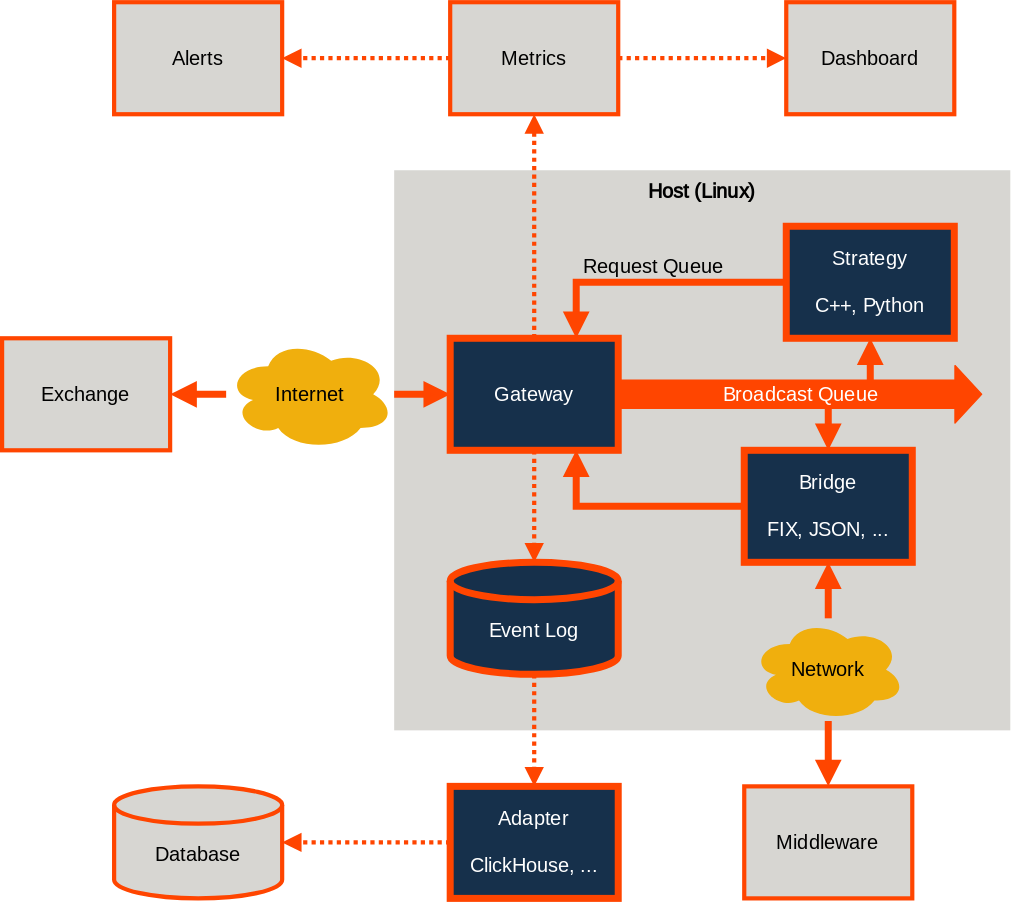
The draw.io diagram profile/architecture_reference.svg in roq-trading/.github, before a commit. Source tidied: cells renumbered, new cells last; positions are measured from the earlier drawing's top-left corner, leaving out a move shared by most shapes.
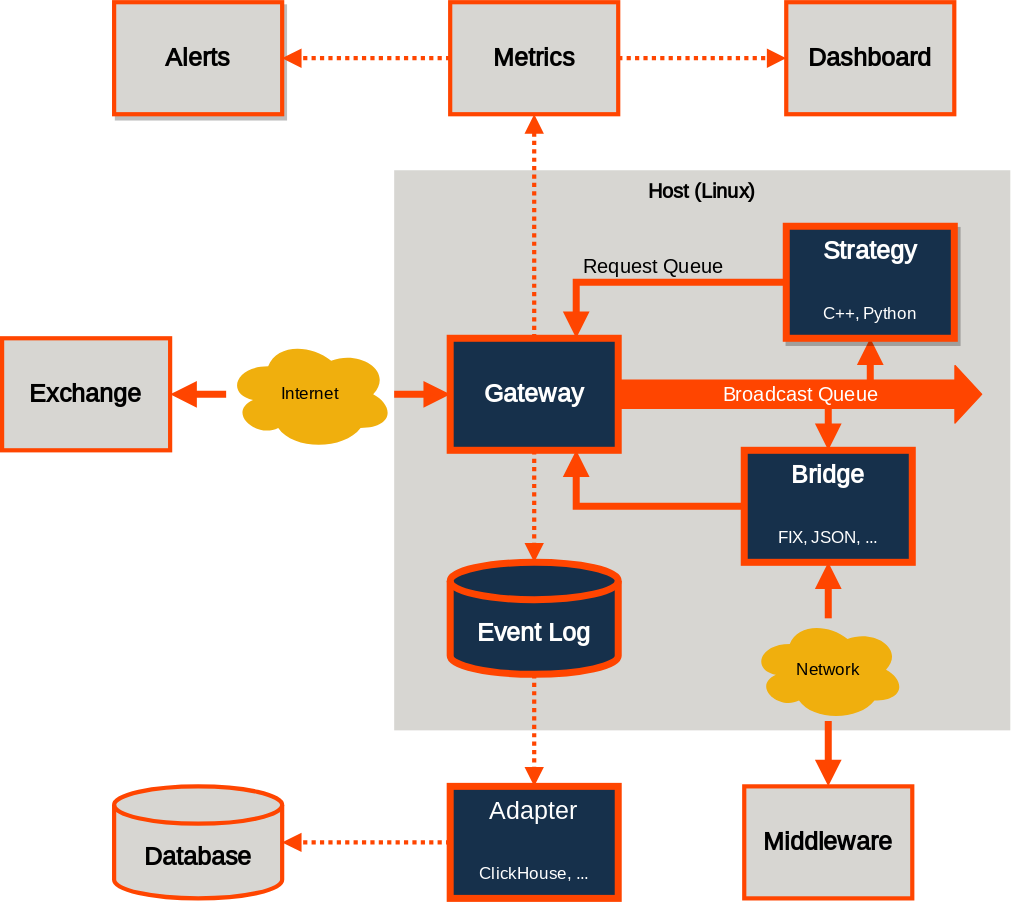
Above is the later version.

Change to the diagram source:
```diff
@@ -29,37 +29,37 @@
         <mxPoint x="700" y="280" as="targetPoint" />
       </mxGeometry>
     </mxCell>
-    <mxCell id="9" value="Gateway" style="rounded=0;whiteSpace=wrap;html=1;labelBackgroundColor=none;fontStyle=0;fontColor=#FFFFFF;fillColor=#16304b;strokeColor=#ff4500;strokeWidth=5;fontFamily=Quattrocento Sans;fontSource=https%3A%2F%2Ffonts.googleapis.com%2Fcss%3Ffamily%3DQuattrocento%2BSans;fontSize=14;" parent="1" vertex="1">
+    <mxCell id="9" value="Gateway" style="rounded=0;whiteSpace=wrap;html=1;labelBackgroundColor=none;fontStyle=1;fontColor=#FFFFFF;fillColor=#16304b;strokeColor=#ff4500;strokeWidth=5;fontFamily=Quattrocento Sans;fontSource=https%3A%2F%2Ffonts.googleapis.com%2Fcss%3Ffamily%3DQuattrocento%2BSans;fontSize=18;" parent="1" vertex="1">
       <mxGeometry x="320" y="240" width="120" height="80" as="geometry" />
     </mxCell>
-    <mxCell id="10" value="Strategy&lt;br style=&quot;font-size: 14px&quot;&gt;&lt;br style=&quot;font-size: 14px&quot;&gt;C++, Python" style="rounded=0;whiteSpace=wrap;html=1;fontStyle=0;fontColor=#FFFFFF;fillColor=#16304b;strokeColor=#ff4500;strokeWidth=5;fontFamily=Quattrocento Sans;fontSource=https%3A%2F%2Ffonts.googleapis.com%2Fcss%3Ffamily%3DQuattrocento%2BSans;fontSize=14;" parent="1" vertex="1">
+    <mxCell id="10" value="&lt;b&gt;Strategy&lt;/b&gt;&lt;font style=&quot;font-size: 12px;&quot;&gt;&lt;br style=&quot;&quot;&gt;&lt;font style=&quot;font-size: 12px;&quot;&gt;&lt;br style=&quot;&quot;&gt;C++, Python&lt;/font&gt;&lt;/font&gt;" style="rounded=0;whiteSpace=wrap;html=1;fontStyle=0;fontColor=#FFFFFF;fillColor=#16304b;strokeColor=#ff4500;strokeWidth=5;fontFamily=Quattrocento Sans;fontSource=https%3A%2F%2Ffonts.googleapis.com%2Fcss%3Ffamily%3DQuattrocento%2BSans;fontSize=18;shadow=1;" parent="1" vertex="1">
       <mxGeometry x="560" y="160" width="120" height="80" as="geometry" />
     </mxCell>
-    <mxCell id="11" value="Bridge&lt;br&gt;&lt;br&gt;FIX, JSON, ..." style="rounded=0;whiteSpace=wrap;html=1;fontStyle=0;fontColor=#FFFFFF;fillColor=#16304b;strokeColor=#ff4500;strokeWidth=5;fontFamily=Quattrocento Sans;fontSource=https%3A%2F%2Ffonts.googleapis.com%2Fcss%3Ffamily%3DQuattrocento%2BSans;fontSize=14;" parent="1" vertex="1">
+    <mxCell id="11" value="&lt;b&gt;Bridge&lt;/b&gt;&lt;font style=&quot;font-size: 12px;&quot;&gt;&lt;br style=&quot;&quot;&gt;&lt;br style=&quot;&quot;&gt;FIX, JSON, ...&lt;/font&gt;" style="rounded=0;whiteSpace=wrap;html=1;fontStyle=0;fontColor=#FFFFFF;fillColor=#16304b;strokeColor=#ff4500;strokeWidth=5;fontFamily=Quattrocento Sans;fontSource=https%3A%2F%2Ffonts.googleapis.com%2Fcss%3Ffamily%3DQuattrocento%2BSans;fontSize=18;" parent="1" vertex="1">
       <mxGeometry x="530" y="320" width="120" height="80" as="geometry" />
     </mxCell>
-    <mxCell id="12" value="Exchange" style="rounded=0;whiteSpace=wrap;html=1;labelBackgroundColor=none;fontStyle=0;fontColor=#000000;fillColor=#D7D6D2;strokeColor=#ff4500;strokeWidth=3;fontFamily=Quattrocento Sans;fontSource=https%3A%2F%2Ffonts.googleapis.com%2Fcss%3Ffamily%3DQuattrocento%2BSans;fontSize=14;" parent="1" vertex="1">
+    <mxCell id="12" value="Exchange" style="rounded=0;whiteSpace=wrap;html=1;labelBackgroundColor=none;fontStyle=1;fontColor=#000000;fillColor=#D7D6D2;strokeColor=#ff4500;strokeWidth=3;fontFamily=Quattrocento Sans;fontSource=https%3A%2F%2Ffonts.googleapis.com%2Fcss%3Ffamily%3DQuattrocento%2BSans;fontSize=18;" parent="1" vertex="1">
       <mxGeometry y="240" width="120" height="80" as="geometry" />
     </mxCell>
-    <mxCell id="13" value="&lt;br style=&quot;font-size: 14px;&quot;&gt;Event Log" style="strokeWidth=5;html=1;shape=mxgraph.flowchart.database;whiteSpace=wrap;strokeColor=#FF4500;fillColor=#16304B;fontColor=#FFFFFF;verticalAlign=middle;fontFamily=Quattrocento Sans;fontSource=https%3A%2F%2Ffonts.googleapis.com%2Fcss%3Ffamily%3DQuattrocento%2BSans;fontSize=14;" parent="1" vertex="1">
+    <mxCell id="13" value="&lt;br style=&quot;font-size: 18px;&quot;&gt;Event Log" style="strokeWidth=5;html=1;shape=mxgraph.flowchart.database;whiteSpace=wrap;strokeColor=#FF4500;fillColor=#16304B;fontColor=#FFFFFF;verticalAlign=middle;fontFamily=Quattrocento Sans;fontSource=https%3A%2F%2Ffonts.googleapis.com%2Fcss%3Ffamily%3DQuattrocento%2BSans;fontSize=18;fontStyle=1;" parent="1" vertex="1">
       <mxGeometry x="320" y="400" width="120" height="80" as="geometry" />
     </mxCell>
-    <mxCell id="14" value="Adapter&lt;br&gt;&lt;br&gt;ClickHouse, ..." style="rounded=0;whiteSpace=wrap;html=1;labelBackgroundColor=none;fontStyle=0;fontColor=#FFFFFF;fillColor=#16304B;strokeColor=#FF4500;strokeWidth=5;fontFamily=Quattrocento Sans;fontSource=https%3A%2F%2Ffonts.googleapis.com%2Fcss%3Ffamily%3DQuattrocento%2BSans;fontSize=14;" parent="1" vertex="1">
+    <mxCell id="14" value="Adapter&lt;font style=&quot;font-size: 12px;&quot;&gt;&lt;br style=&quot;&quot;&gt;&lt;br style=&quot;&quot;&gt;ClickHouse, ...&lt;/font&gt;" style="rounded=0;whiteSpace=wrap;html=1;labelBackgroundColor=none;fontStyle=0;fontColor=#FFFFFF;fillColor=#16304B;strokeColor=#FF4500;strokeWidth=5;fontFamily=Quattrocento Sans;fontSource=https%3A%2F%2Ffonts.googleapis.com%2Fcss%3Ffamily%3DQuattrocento%2BSans;fontSize=18;" parent="1" vertex="1">
       <mxGeometry x="320" y="560" width="120" height="80" as="geometry" />
     </mxCell>
-    <mxCell id="15" value="&lt;br&gt;Database" style="strokeWidth=3;html=1;shape=mxgraph.flowchart.database;whiteSpace=wrap;strokeColor=#FF4500;fillColor=#D7D6D2;fontColor=#000000;verticalAlign=middle;fontFamily=Quattrocento Sans;fontSource=https%3A%2F%2Ffonts.googleapis.com%2Fcss%3Ffamily%3DQuattrocento%2BSans;fontSize=14;" parent="1" vertex="1">
+    <mxCell id="15" value="&lt;br style=&quot;font-size: 18px;&quot;&gt;Database" style="strokeWidth=3;html=1;shape=mxgraph.flowchart.database;whiteSpace=wrap;strokeColor=#FF4500;fillColor=#D7D6D2;fontColor=#000000;verticalAlign=middle;fontFamily=Quattrocento Sans;fontSource=https%3A%2F%2Ffonts.googleapis.com%2Fcss%3Ffamily%3DQuattrocento%2BSans;fontSize=18;fontStyle=1;" parent="1" vertex="1">
       <mxGeometry x="80" y="560" width="120" height="80" as="geometry" />
     </mxCell>
     <mxCell id="16" style="endArrow=block;startArrow=none;html=1;entryX=0;entryY=0.5;entryDx=0;entryDy=0;endFill=1;strokeWidth=5;startFill=1;strokeColor=#ff4500;fontFamily=Quattrocento Sans;fontSource=https%3A%2F%2Ffonts.googleapis.com%2Fcss%3Ffamily%3DQuattrocento%2BSans;fontSize=14;" parent="1" edge="1" source="29" target="9">
       <mxGeometry relative="1" as="geometry" />
     </mxCell>
-    <mxCell id="17" value="Metrics" style="rounded=0;whiteSpace=wrap;html=1;labelBackgroundColor=none;fontStyle=0;fontColor=#000000;fillColor=#D7D6D2;strokeColor=#FF4500;strokeWidth=3;fontFamily=Quattrocento Sans;fontSource=https%3A%2F%2Ffonts.googleapis.com%2Fcss%3Ffamily%3DQuattrocento%2BSans;fontSize=14;" parent="1" vertex="1">
+    <mxCell id="17" value="Metrics" style="rounded=0;whiteSpace=wrap;html=1;labelBackgroundColor=none;fontStyle=1;fontColor=#000000;fillColor=#D7D6D2;strokeColor=#FF4500;strokeWidth=3;fontFamily=Quattrocento Sans;fontSource=https%3A%2F%2Ffonts.googleapis.com%2Fcss%3Ffamily%3DQuattrocento%2BSans;fontSize=18;" parent="1" vertex="1">
       <mxGeometry x="320" width="120" height="80" as="geometry" />
     </mxCell>
-    <mxCell id="18" value="Dashboard" style="rounded=0;whiteSpace=wrap;html=1;labelBackgroundColor=none;fontStyle=0;fontColor=#000000;fillColor=#D7D6D2;strokeColor=#FF4500;strokeWidth=3;fontFamily=Quattrocento Sans;fontSource=https%3A%2F%2Ffonts.googleapis.com%2Fcss%3Ffamily%3DQuattrocento%2BSans;fontSize=14;" parent="1" vertex="1">
+    <mxCell id="18" value="Dashboard" style="rounded=0;whiteSpace=wrap;html=1;labelBackgroundColor=none;fontStyle=1;fontColor=#000000;fillColor=#D7D6D2;strokeColor=#FF4500;strokeWidth=3;fontFamily=Quattrocento Sans;fontSource=https%3A%2F%2Ffonts.googleapis.com%2Fcss%3Ffamily%3DQuattrocento%2BSans;fontSize=18;" parent="1" vertex="1">
       <mxGeometry x="560" width="120" height="80" as="geometry" />
     </mxCell>
-    <mxCell id="19" value="Alerts" style="rounded=0;whiteSpace=wrap;html=1;labelBackgroundColor=none;fontStyle=0;fontColor=#000000;fillColor=#D7D6D2;strokeColor=#FF4500;strokeWidth=3;fontFamily=Quattrocento Sans;fontSource=https%3A%2F%2Ffonts.googleapis.com%2Fcss%3Ffamily%3DQuattrocento%2BSans;fontSize=14;" parent="1" vertex="1">
+    <mxCell id="19" value="Alerts" style="rounded=0;whiteSpace=wrap;html=1;labelBackgroundColor=none;fontStyle=1;fontColor=#000000;fillColor=#D7D6D2;strokeColor=#FF4500;strokeWidth=3;fontFamily=Quattrocento Sans;fontSource=https%3A%2F%2Ffonts.googleapis.com%2Fcss%3Ffamily%3DQuattrocento%2BSans;fontSize=18;shadow=1;" parent="1" vertex="1">
       <mxGeometry x="80" width="120" height="80" as="geometry" />
     </mxCell>
     <mxCell id="20" style="endArrow=block;html=1;strokeWidth=3;endFill=1;strokeColor=#FF4500;exitX=0;exitY=0.5;exitDx=0;exitDy=0;entryX=1;entryY=0.5;entryDx=0;entryDy=0;dashed=1;dashPattern=1 1;fontColor=#000000;fontFamily=Quattrocento Sans;fontSource=https%3A%2F%2Ffonts.googleapis.com%2Fcss%3Ffamily%3DQuattrocento%2BSans;fontSize=14;" parent="1" edge="1" source="17" target="19">
@@ -77,19 +77,19 @@
     <mxCell id="24" value="Request Queue" style="edgeStyle=orthogonalEdgeStyle;rounded=0;jettySize=auto;html=1;exitX=0;exitY=0.5;exitDx=0;exitDy=0;entryX=0.75;entryY=0;entryDx=0;entryDy=0;strokeWidth=5;endArrow=block;endFill=1;strokeColor=#ff4500;labelBackgroundColor=none;labelPosition=center;verticalLabelPosition=top;align=center;verticalAlign=bottom;fontFamily=Quattrocento Sans;fontSource=https%3A%2F%2Ffonts.googleapis.com%2Fcss%3Ffamily%3DQuattrocento%2BSans;fontSize=14;" parent="1" edge="1" source="10" target="9">
       <mxGeometry relative="1" as="geometry" />
     </mxCell>
-    <mxCell id="25" value="Middleware" style="rounded=0;whiteSpace=wrap;html=1;labelBackgroundColor=none;fontStyle=0;fontColor=#000000;fillColor=#D7D6D2;strokeColor=#FF4500;strokeWidth=3;fontFamily=Quattrocento Sans;fontSource=https%3A%2F%2Ffonts.googleapis.com%2Fcss%3Ffamily%3DQuattrocento%2BSans;fontSize=14;" parent="1" vertex="1">
+    <mxCell id="25" value="Middleware" style="rounded=0;whiteSpace=wrap;html=1;labelBackgroundColor=none;fontStyle=1;fontColor=#000000;fillColor=#D7D6D2;strokeColor=#FF4500;strokeWidth=3;fontFamily=Quattrocento Sans;fontSource=https%3A%2F%2Ffonts.googleapis.com%2Fcss%3Ffamily%3DQuattrocento%2BSans;fontSize=18;" parent="1" vertex="1">
       <mxGeometry x="530" y="560" width="120" height="80" as="geometry" />
     </mxCell>
     <mxCell id="26" style="endArrow=block;html=1;strokeWidth=5;endFill=1;strokeColor=#FF4500;entryX=0.5;entryY=0;entryDx=0;entryDy=0;startArrow=none;startFill=1;labelPosition=right;verticalLabelPosition=middle;align=left;verticalAlign=middle;labelBackgroundColor=none;exitX=0.5;exitY=1;exitDx=0;exitDy=0;fontFamily=Quattrocento Sans;fontSource=https%3A%2F%2Ffonts.googleapis.com%2Fcss%3Ffamily%3DQuattrocento%2BSans;fontSize=14;" parent="1" edge="1" source="27" target="25">
       <mxGeometry relative="1" as="geometry" />
     </mxCell>
-    <mxCell id="27" value="Network" style="ellipse;shape=cloud;whiteSpace=wrap;html=1;fillColor=#f0af0d;strokeColor=none;fontFamily=Quattrocento Sans;fontSource=https%3A%2F%2Ffonts.googleapis.com%2Fcss%3Ffamily%3DQuattrocento%2BSans;fontSize=14;" parent="1" vertex="1">
+    <mxCell id="27" value="Network" style="ellipse;shape=cloud;whiteSpace=wrap;html=1;fillColor=#f0af0d;strokeColor=none;fontFamily=Quattrocento Sans;fontSource=https%3A%2F%2Ffonts.googleapis.com%2Fcss%3Ffamily%3DQuattrocento%2BSans;fontSize=12;" parent="1" vertex="1">
       <mxGeometry x="535" y="440" width="110" height="73.3" as="geometry" />
     </mxCell>
     <mxCell id="28" style="endArrow=none;html=1;strokeWidth=5;endFill=1;strokeColor=#FF4500;entryX=0.5;entryY=0;entryDx=0;entryDy=0;startArrow=block;startFill=1;labelPosition=right;verticalLabelPosition=middle;align=left;verticalAlign=middle;labelBackgroundColor=none;exitX=0.5;exitY=1;exitDx=0;exitDy=0;fontFamily=Quattrocento Sans;fontSource=https%3A%2F%2Ffonts.googleapis.com%2Fcss%3Ffamily%3DQuattrocento%2BSans;fontSize=14;" parent="1" edge="1" source="11" target="27">
       <mxGeometry relative="1" as="geometry" />
     </mxCell>
-    <mxCell id="29" value="Internet" style="ellipse;shape=cloud;whiteSpace=wrap;html=1;fillColor=#f0af0d;strokeColor=none;fontFamily=Quattrocento Sans;fontSource=https%3A%2F%2Ffonts.googleapis.com%2Fcss%3Ffamily%3DQuattrocento%2BSans;fontSize=14;" parent="1" vertex="1">
+    <mxCell id="29" value="Internet" style="ellipse;shape=cloud;whiteSpace=wrap;html=1;fillColor=#f0af0d;strokeColor=none;fontFamily=Quattrocento Sans;fontSource=https%3A%2F%2Ffonts.googleapis.com%2Fcss%3Ffamily%3DQuattrocento%2BSans;fontSize=12;" parent="1" vertex="1">
       <mxGeometry x="160" y="240" width="120" height="80" as="geometry" />
     </mxCell>
     <mxCell id="30" style="endArrow=none;startArrow=block;html=1;entryX=0;entryY=0.5;entryDx=0;entryDy=0;endFill=1;strokeWidth=5;startFill=1;strokeColor=#ff4500;fontFamily=Quattrocento Sans;fontSource=https%3A%2F%2Ffonts.googleapis.com%2Fcss%3Ffamily%3DQuattrocento%2BSans;fontSize=14;" parent="1" edge="1" source="12" target="29">
```
